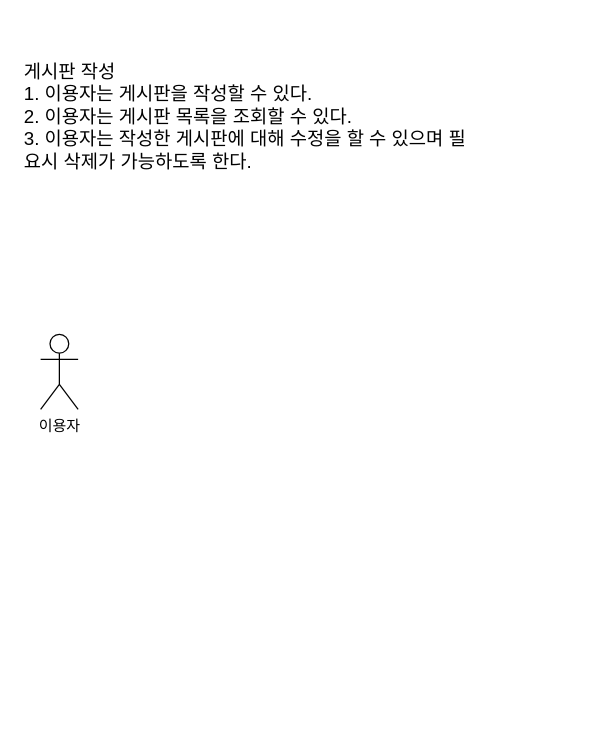
Above: 제목 없는 다이어그램.drawio in cheskt/usg-proj-1 (draw.io), before the change. Source tidied: cells renumbered, new cells numbered last; positions are measured from the earlier drawing's top-left corner, leaving out a move shared by most shapes. Both pictures are drawn from the tidied source at 125%, with x=0, y=0 at pixel (21, 21).
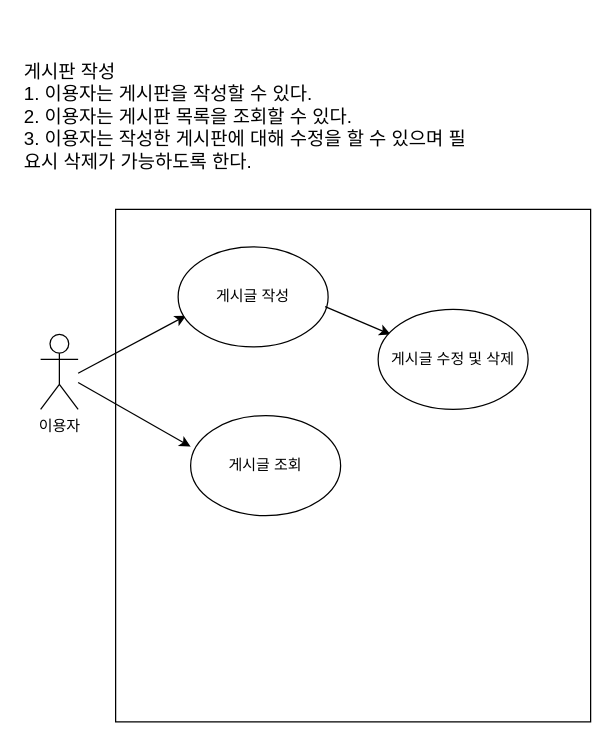
After the change.

Commit message:
제목 없는 다이어그램.drawio 업데이트

What changed in the source:
```diff
@@
 <mxGraphModel>
   <root>
     <mxCell id="0" />
     <mxCell id="1" parent="0" />
     <mxCell id="2" value="이용자" style="shape=umlActor;verticalLabelPosition=bottom;verticalAlign=top;html=1;outlineConnect=0;fontSize=12;" parent="1" vertex="1">
       <mxGeometry x="15" y="250" width="30" height="60" as="geometry" />
     </mxCell>
     <mxCell id="3" value="게시판 작성&lt;div style=&quot;font-size: 15px;&quot;&gt;1. 이용자는 게시판을 작성할 수 있다.&lt;/div&gt;&lt;div style=&quot;font-size: 15px;&quot;&gt;2. 이용자는 게시판 목록을 조회할 수 있다.&lt;/div&gt;&lt;div style=&quot;font-size: 15px;&quot;&gt;3. 이용자는 작성한 게시판에 대해 수정을 할 수 있으며 필요시 삭제가 가능하도록 한다.&lt;/div&gt;" style="text;strokeColor=none;align=left;fillColor=none;html=1;verticalAlign=middle;whiteSpace=wrap;rounded=0;fontSize=15;" parent="1" vertex="1">
       <mxGeometry width="365" height="150" as="geometry" />
     </mxCell>
+    <mxCell id="4" style="rounded=0;whiteSpace=wrap;html=1;" parent="1" vertex="1">
+      <mxGeometry x="75" y="150" width="380" height="410" as="geometry" />
+    </mxCell>
+    <mxCell id="5" style="endArrow=classic;html=1;rounded=0;entryX=0.053;entryY=0.688;entryDx=0;entryDy=0;entryPerimeter=0;" parent="1" edge="1" target="6">
+      <mxGeometry relative="1" as="geometry">
+        <mxPoint x="45" y="281.1" as="sourcePoint" />
+      </mxGeometry>
+    </mxCell>
+    <mxCell id="6" value="게시글 작성" style="ellipse;whiteSpace=wrap;html=1;" parent="1" vertex="1">
+      <mxGeometry x="125" y="180" width="120" height="80" as="geometry" />
+    </mxCell>
+    <mxCell id="7" style="endArrow=classic;html=1;rounded=0;exitX=0.98;exitY=0.598;exitDx=0;exitDy=0;exitPerimeter=0;entryX=0.579;entryY=0.244;entryDx=0;entryDy=0;entryPerimeter=0;" parent="1" edge="1" source="6" target="4">
+      <mxGeometry relative="1" as="geometry" />
+    </mxCell>
+    <mxCell id="8" value="게시글 수정 및 삭제" style="ellipse;whiteSpace=wrap;html=1;" parent="1" vertex="1">
+      <mxGeometry x="285" y="230" width="120" height="80" as="geometry" />
+    </mxCell>
+    <mxCell id="9" style="endArrow=classic;html=1;rounded=0;entryX=0.158;entryY=0.463;entryDx=0;entryDy=0;entryPerimeter=0;" parent="1" edge="1" source="2" target="4">
+      <mxGeometry relative="1" as="geometry" />
+    </mxCell>
+    <mxCell id="10" value="게시글 조회" style="ellipse;whiteSpace=wrap;html=1;" parent="1" vertex="1">
+      <mxGeometry x="135" y="315" width="120" height="80" as="geometry" />
+    </mxCell>
   </root>
 </mxGraphModel>
```
